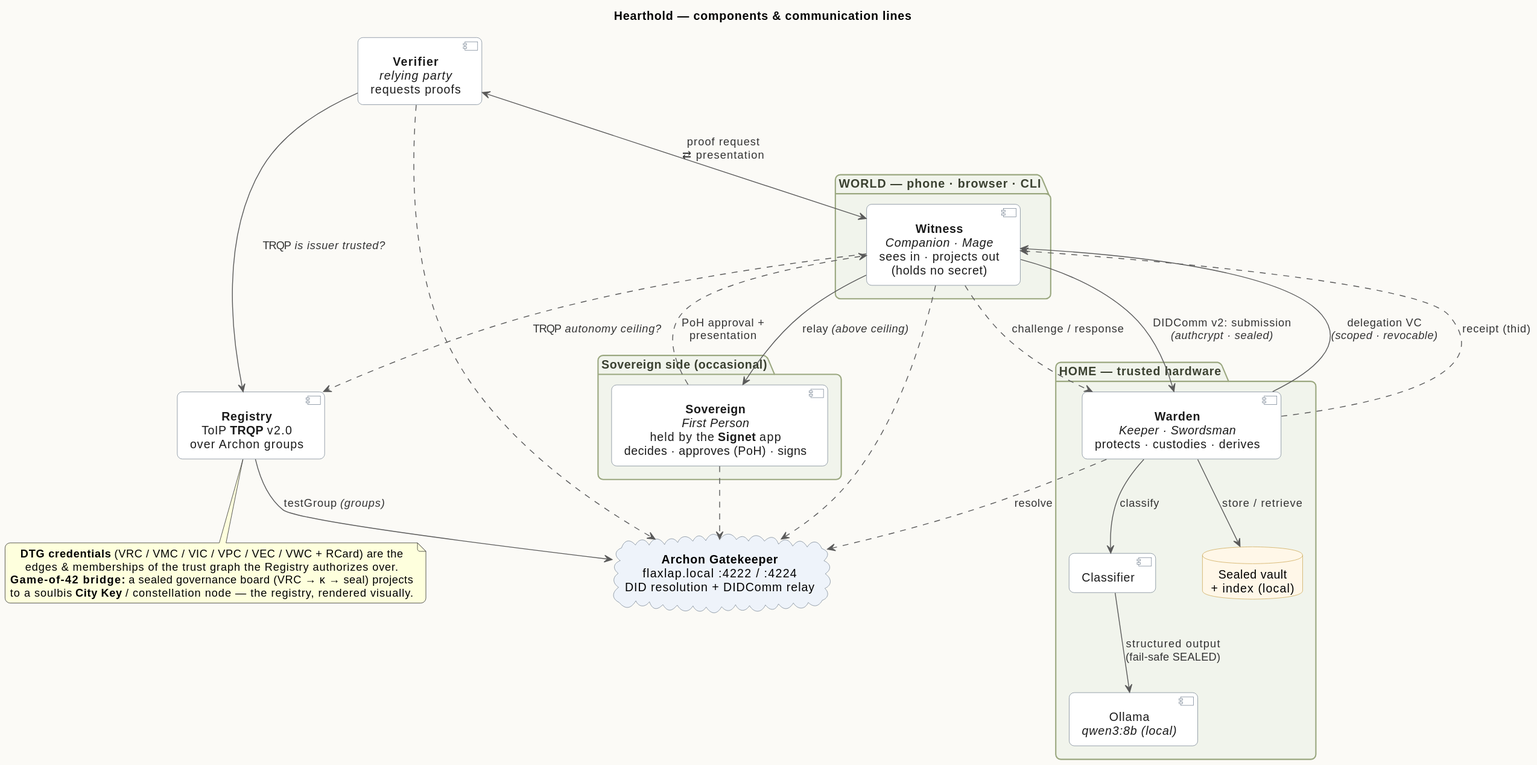
Before: docs/hearthold-architecture.svg, a diagram exported from PlantUML (Flaxscrip/hearthold). The source it was exported from:
```plantuml
@startuml
title Hearthold — components & communication lines

skinparam shadowing false
skinparam backgroundColor #FBFAF6
skinparam defaultTextAlignment center
skinparam roundCorner 12
skinparam nodesep 55
skinparam ranksep 70
skinparam ArrowColor #5A5A5A
skinparam ArrowFontColor #333333
skinparam package {
  BackgroundColor #F1F4EC
  BorderColor #9AA77F
  FontColor #3A4030
}
skinparam component {
  BackgroundColor #FFFFFF
  BorderColor #6E7C8C
  FontColor #1A1A1A
}
skinparam database {
  BackgroundColor #FFF7E8
  BorderColor #C9A24B
}
skinparam cloud {
  BackgroundColor #EEF3FA
  BorderColor #6E7C8C
}

package "HOME — trusted hardware" as home {
  component "**Warden**\n//Keeper · Swordsman//\nprotects · custodies · derives" as Warden
  component "Classifier" as Cls
  component "Ollama\n//qwen3:8b (local)//" as Ollama
  database "Sealed vault\n+ index (local)" as Vault

  Warden --> Cls    : classify
  Cls --> Ollama    : structured output\n(fail-safe SEALED)
  Warden --> Vault  : store / retrieve
}

package "WORLD — phone · browser · CLI" as world {
  component "**Witness**\n//Companion · Mage//\nsees in · projects out\n(holds no secret)" as Witness
}

package "Sovereign side (occasional)" as sov {
  component "**Sovereign**\n//First Person//\nheld by the **Signet** app\ndecides · approves (PoH) · signs" as Sovereign
}

component "**Verifier**\n//relying party//\nrequests proofs" as Verifier
component "**Registry**\nToIP **TRQP** v2.0\nover Archon groups" as Registry
cloud "**Archon Gatekeeper**\nflaxlap.local :4222 / :4224\nDID resolution + DIDComm relay" as GK

Warden --> Witness   : delegation VC\n//(scoped · revocable)//
Witness ..> Warden   : challenge / response

Witness --> Warden   : DIDComm v2: submission\n//(authcrypt · sealed)//
Warden ..> Witness   : receipt (thid)

Verifier <--> Witness  : proof request\n⇄ presentation
Witness  --> Sovereign : relay //(above ceiling)//
Sovereign ..> Witness  : PoH approval +\npresentation

Verifier --> Registry : TRQP //is issuer trusted?//
Witness ..> Registry  : TRQP //autonomy ceiling?//
Registry --> GK       : testGroup //(groups)//

Warden ..> GK    : resolve
Witness ..> GK
Sovereign ..> GK
Verifier ..> GK

note bottom of Registry
  **DTG credentials** (VRC / VMC / VIC / VPC / VEC / VWC + RCard) are the
  edges & memberships of the trust graph the Registry authorizes over.
  **Game-of-42 bridge:** a sealed governance board (VRC → κ → seal) projects
  to a soulbis **City Key** / constellation node — the registry, rendered visually.
end note
@enduml
```
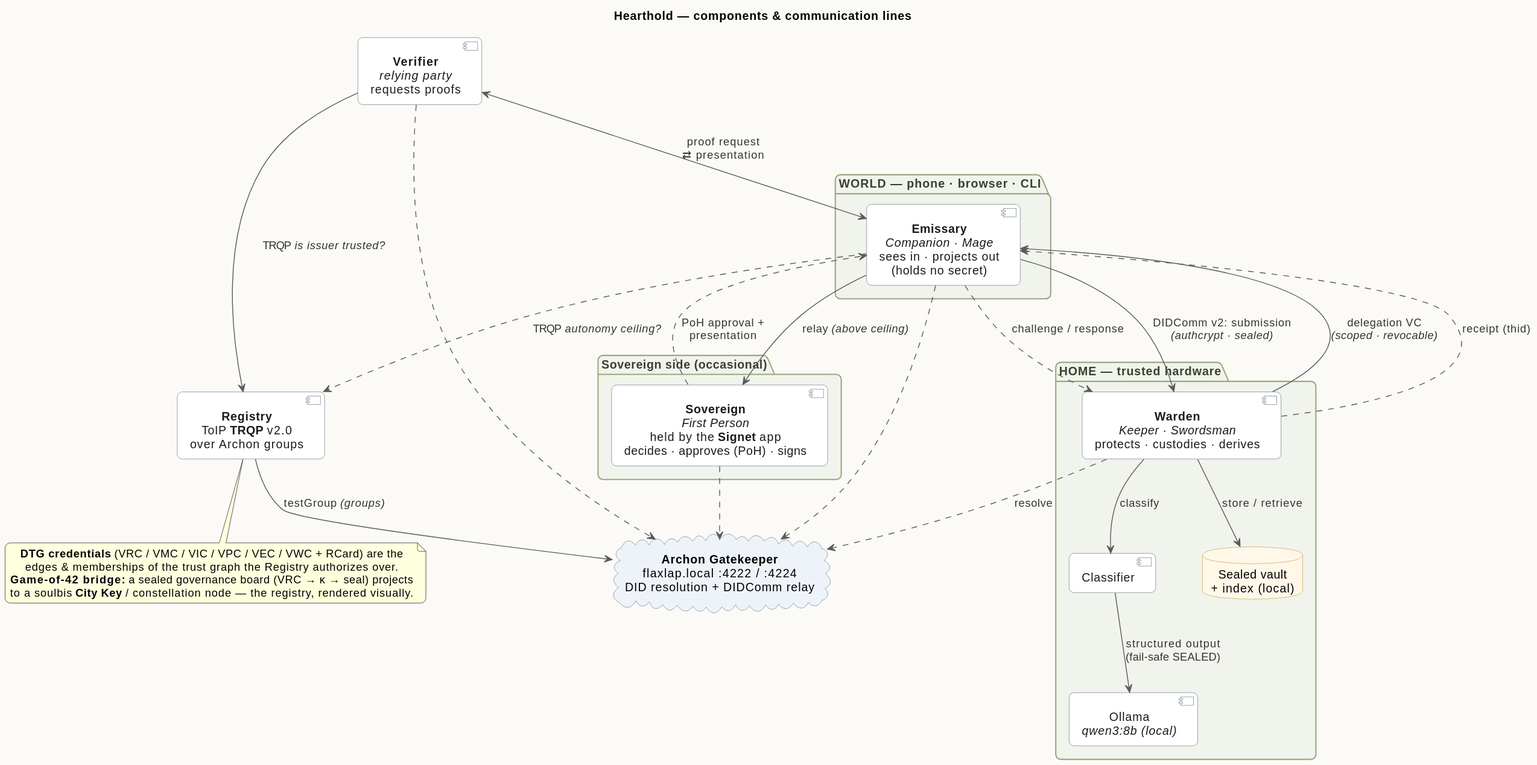
After the commit.

Change to the diagram source:
```diff
@@ -40,7 +40,7 @@
 }
 
 package "WORLD — phone · browser · CLI" as world {
-  component "**Witness**\n//Companion · Mage//\nsees in · projects out\n(holds no secret)" as Witness
+  component "**Emissary**\n//Companion · Mage//\nsees in · projects out\n(holds no secret)" as Emissary
 }
 
 package "Sovereign side (occasional)" as sov {
@@ -51,22 +51,22 @@
 component "**Registry**\nToIP **TRQP** v2.0\nover Archon groups" as Registry
 cloud "**Archon Gatekeeper**\nflaxlap.local :4222 / :4224\nDID resolution + DIDComm relay" as GK
 
-Warden --> Witness   : delegation VC\n//(scoped · revocable)//
-Witness ..> Warden   : challenge / response
+Warden --> Emissary   : delegation VC\n//(scoped · revocable)//
+Emissary ..> Warden   : challenge / response
 
-Witness --> Warden   : DIDComm v2: submission\n//(authcrypt · sealed)//
-Warden ..> Witness   : receipt (thid)
+Emissary --> Warden   : DIDComm v2: submission\n//(authcrypt · sealed)//
+Warden ..> Emissary   : receipt (thid)
 
-Verifier <--> Witness  : proof request\n⇄ presentation
-Witness  --> Sovereign : relay //(above ceiling)//
-Sovereign ..> Witness  : PoH approval +\npresentation
+Verifier <--> Emissary  : proof request\n⇄ presentation
+Emissary  --> Sovereign : relay //(above ceiling)//
+Sovereign ..> Emissary  : PoH approval +\npresentation
 
 Verifier --> Registry : TRQP //is issuer trusted?//
-Witness ..> Registry  : TRQP //autonomy ceiling?//
+Emissary ..> Registry  : TRQP //autonomy ceiling?//
 Registry --> GK       : testGroup //(groups)//
 
 Warden ..> GK    : resolve
-Witness ..> GK
+Emissary ..> GK
 Sovereign ..> GK
 Verifier ..> GK
 
```
